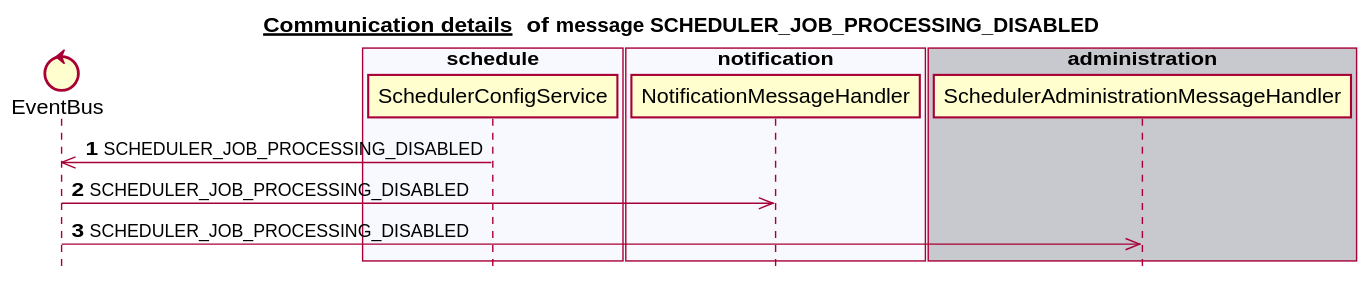
Above: docs/latest/images/gen_domain_messaging_scheduler_job_processing_disabled.svg in mercedes-benz/sechub (PlantUML), before the change.
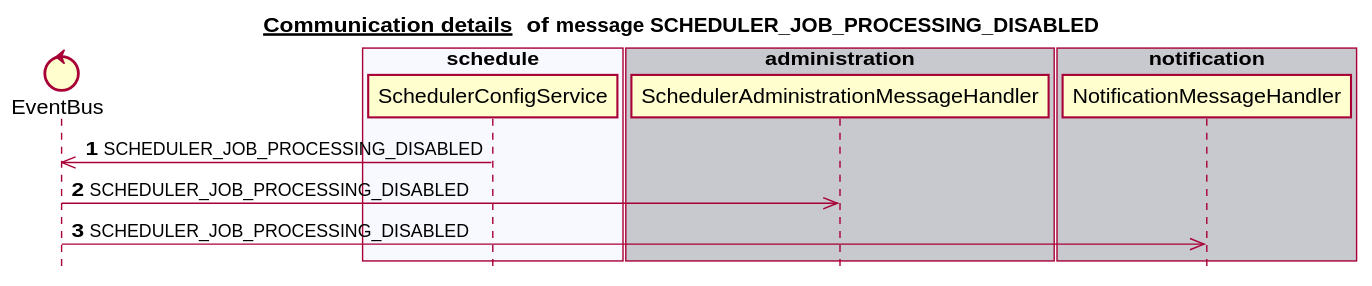
After the commit.

The edit, as a diff of the source:
```diff
@@ -11,18 +11,18 @@
 box "schedule" #F8F8FF
    participant SchedulerConfigService
 end box
-box "authorization" #C8C8CF
-end box
-box "notification" #F8F8FF
-   participant NotificationMessageHandler
-end box
 box "administration" #C8C8CF
    participant SchedulerAdministrationMessageHandler
 end box
+box "authorization" #F8F8FF
+end box
+box "notification" #C8C8CF
+   participant NotificationMessageHandler
+end box
 autonumber 1
 SchedulerConfigService ->> EventBus:SCHEDULER_JOB_PROCESSING_DISABLED
+EventBus ->> SchedulerAdministrationMessageHandler:SCHEDULER_JOB_PROCESSING_DISABLED
 EventBus ->> NotificationMessageHandler:SCHEDULER_JOB_PROCESSING_DISABLED
-EventBus ->> SchedulerAdministrationMessageHandler:SCHEDULER_JOB_PROCESSING_DISABLED
 autonumber stop
 
 
```
